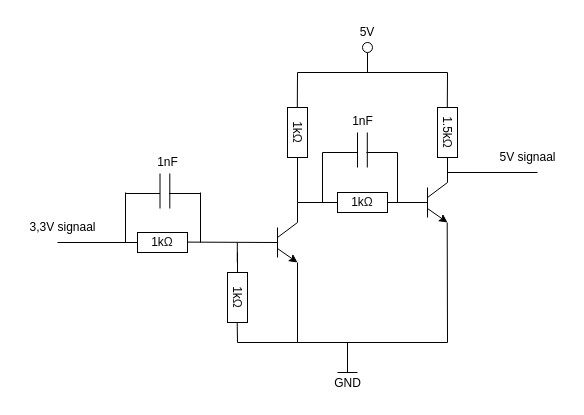
Earlier version of the draw.io diagram page "Level Shifter" (2 of 2) of docs/InteractiveCorridor_Wiring.drawio (vives-project-xp/InteractiveCorridor). Source tidied: cells renumbered, new cells numbered last; positions are measured from the earlier drawing's top-left corner, leaving out a move shared by most shapes. Both pictures are drawn from the tidied source at 100%, with x=0, y=0 at pixel (17, 17).
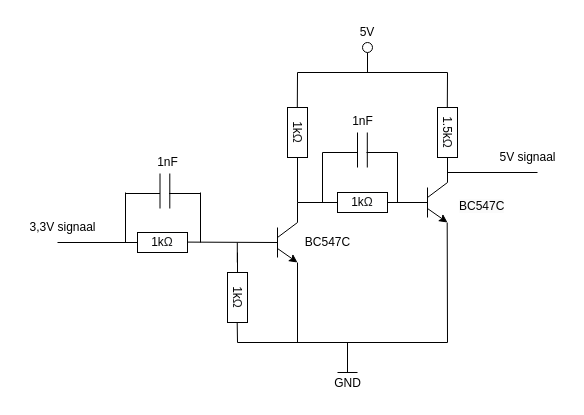
After the change.

Commit message:
transistors toegevoegd

Change to the diagram source:
```diff
@@
+    <mxCell id="52" value="BC547C" style="text;html=1;align=center;verticalAlign=middle;strokeColor=none;fillColor=none;" parent="1" vertex="1">
+      <mxGeometry x="275" y="210" width="70" height="30" as="geometry" />
+    </mxCell>
+    <mxCell id="53" value="&lt;span style=&quot;color: rgb(0, 0, 0); font-family: Helvetica; font-size: 12px; font-style: normal; font-variant-ligatures: normal; font-variant-caps: normal; font-weight: 400; letter-spacing: normal; orphans: 2; text-align: center; text-indent: 0px; text-transform: none; widows: 2; word-spacing: 0px; -webkit-text-stroke-width: 0px; white-space: nowrap; background-color: rgb(251, 251, 251); text-decoration-thickness: initial; text-decoration-style: initial; text-decoration-color: initial; display: inline !important; float: none;&quot;&gt;BC547C&lt;/span&gt;" style="text;whiteSpace=wrap;html=1;" parent="1" vertex="1">
+      <mxGeometry x="440" y="175" width="80" height="40" as="geometry" />
+    </mxCell>
```
